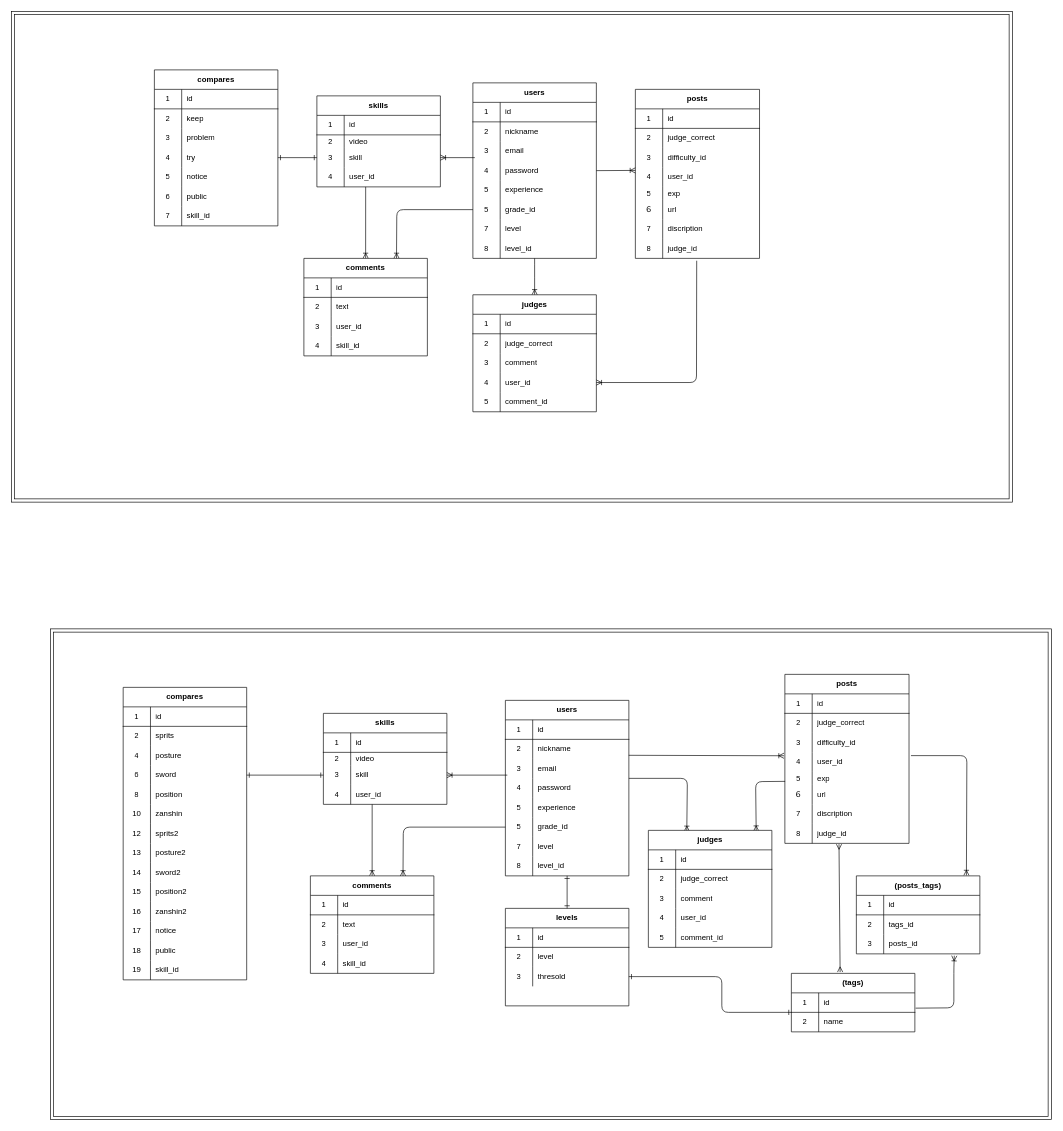
magatamaamagata/kendo_ippon keeps this draw.io diagram as db.dio. Above is the earlier version. Source tidied: cells renumbered, new cells numbered last; positions are measured from the earlier drawing's top-left corner, leaving out a move shared by most shapes. Both pictures are drawn from the tidied source at 65%, with x=0, y=0 at pixel (11, 11).
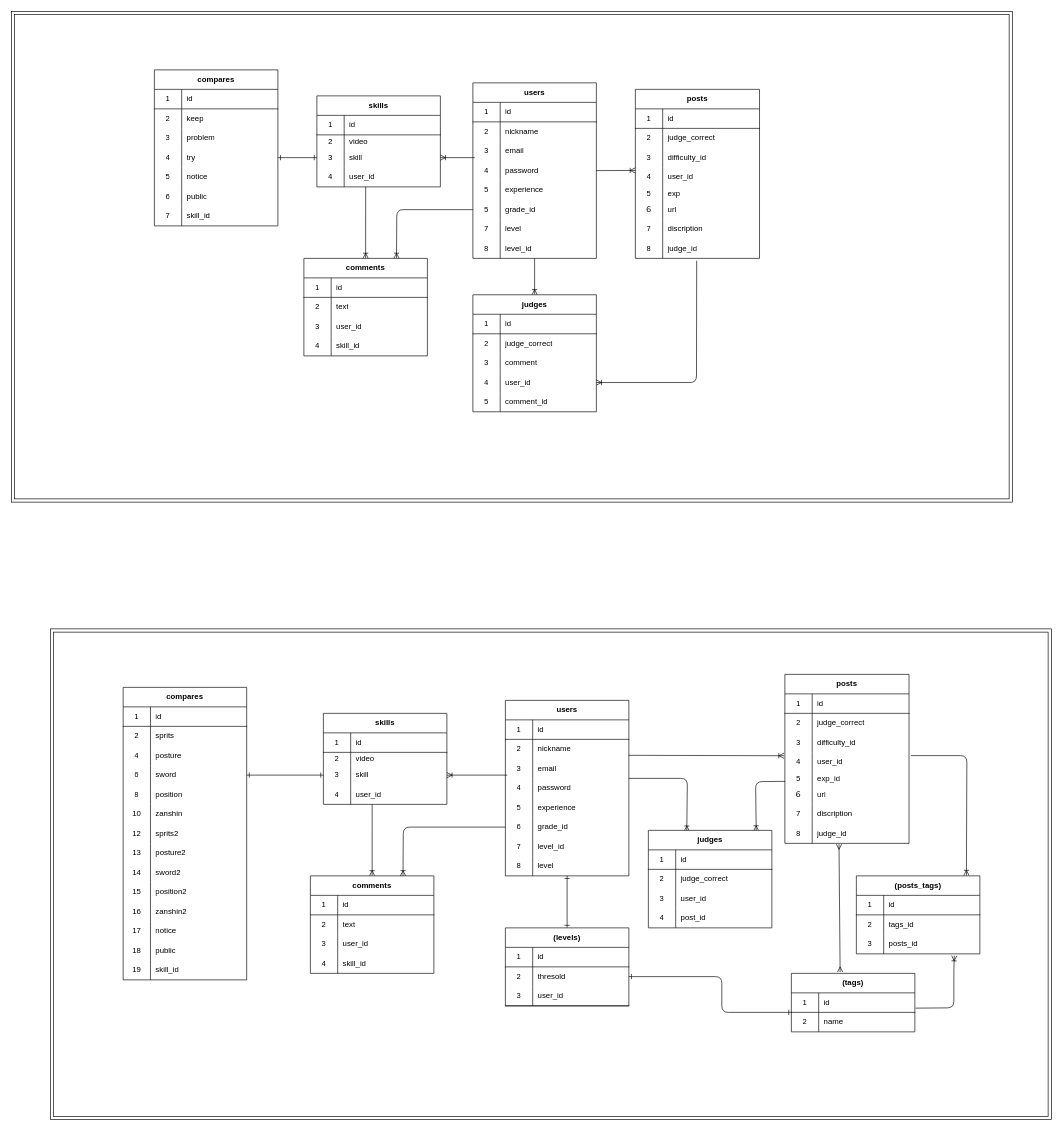
After the change.

The change refers to these unchanged cells:
```xml
<mxCell id="3" value="users" style="shape=table;html=1;whiteSpace=wrap;startSize=30;childLayout=tableLayout;rowLines=0;fontStyle=1;align=center;" parent="1" vertex="1">
  <mxGeometry x="760" y="1060" width="190" height="270" as="geometry" />
</mxCell>
<mxCell id="19" style="shape=partialRectangle;html=1;whiteSpace=wrap;fillColor=none;top=0;left=0;bottom=0;right=0;points=[[0,0.5],[1,0.5]];portConstraint=eastwest;" parent="3" vertex="1">
  <mxGeometry y="180" width="190" height="30" as="geometry" />
</mxCell>
<mxCell id="66" style="shape=partialRectangle;html=1;whiteSpace=wrap;fillColor=none;top=0;left=0;bottom=0;right=0;points=[[0,0.5],[1,0.5]];portConstraint=eastwest;" parent="53" vertex="1">
  <mxGeometry y="150" width="191" height="20" as="geometry" />
</mxCell>
```

Change to the diagram source:
```diff
@@
-    <mxCell id="20" value="5" style="shape=partialRectangle;html=1;whiteSpace=wrap;fillColor=none;top=0;left=0;bottom=0;right=0;overflow=hidden;" parent="19" vertex="1">
+    <mxCell id="20" value="6" style="shape=partialRectangle;html=1;whiteSpace=wrap;fillColor=none;top=0;left=0;bottom=0;right=0;overflow=hidden;" parent="19" vertex="1">
       <mxGeometry width="42" height="30" as="geometry" />
     </mxCell>
@@
-    <mxCell id="22" style="shape=partialRectangle;html=1;whiteSpace=wrap;fillColor=none;top=0;left=0;bottom=0;right=0;" parent="3" vertex="1">
-      <mxGeometry y="210" width="190" height="30" as="geometry" />
-    </mxCell>
-    <mxCell id="23" value="7" style="shape=partialRectangle;html=1;whiteSpace=wrap;fillColor=none;top=0;left=0;bottom=0;right=0;overflow=hidden;" parent="22" vertex="1">
-      <mxGeometry width="42" height="30" as="geometry" />
-    </mxCell>
-    <mxCell id="24" value="level" style="shape=partialRectangle;html=1;whiteSpace=wrap;fillColor=none;top=0;left=0;bottom=0;right=0;align=left;spacingLeft=6;overflow=hidden;" parent="22" vertex="1">
-      <mxGeometry x="42" width="148" height="30" as="geometry" />
-    </mxCell>
     <mxCell id="25" style="shape=partialRectangle;html=1;whiteSpace=wrap;fillColor=none;top=0;left=0;bottom=0;right=0;points=[[0,0.5],[1,0.5]];portConstraint=eastwest;" parent="3" vertex="1">
-      <mxGeometry y="240" width="190" height="30" as="geometry" />
+      <mxGeometry y="210" width="190" height="30" as="geometry" />
     </mxCell>
-    <mxCell id="26" value="8" style="shape=partialRectangle;html=1;whiteSpace=wrap;fillColor=none;top=0;left=0;bottom=0;right=0;overflow=hidden;" parent="25" vertex="1">
+    <mxCell id="26" value="7" style="shape=partialRectangle;html=1;whiteSpace=wrap;fillColor=none;top=0;left=0;bottom=0;right=0;overflow=hidden;" parent="25" vertex="1">
       <mxGeometry width="42" height="30" as="geometry" />
     </mxCell>
@@
+    <mxCell id="299" style="shape=partialRectangle;html=1;whiteSpace=wrap;fillColor=none;top=0;left=0;bottom=0;right=0;" parent="3" vertex="1">
+      <mxGeometry y="240" width="190" height="30" as="geometry" />
+    </mxCell>
+    <mxCell id="300" value="8" style="shape=partialRectangle;html=1;whiteSpace=wrap;fillColor=none;top=0;left=0;bottom=0;right=0;overflow=hidden;" parent="299" vertex="1">
+      <mxGeometry width="42" height="30" as="geometry" />
+    </mxCell>
+    <mxCell id="301" value="level" style="shape=partialRectangle;html=1;whiteSpace=wrap;fillColor=none;top=0;left=0;bottom=0;right=0;align=left;spacingLeft=6;overflow=hidden;" parent="299" vertex="1">
+      <mxGeometry x="42" width="148" height="30" as="geometry" />
+    </mxCell>
@@
-    <mxCell id="38" value="levels" style="shape=table;html=1;whiteSpace=wrap;startSize=30;childLayout=tableLayout;rowLines=0;fontStyle=1;align=center;" parent="1" vertex="1">
-      <mxGeometry x="760" y="1380" width="190" height="150" as="geometry" />
-    </mxCell>
-    <mxCell id="39" style="shape=partialRectangle;html=1;whiteSpace=wrap;fillColor=none;top=0;left=0;bottom=1;right=0;" parent="38" vertex="1">
-      <mxGeometry y="30" width="190" height="30" as="geometry" />
-    </mxCell>
-    <mxCell id="40" value="1" style="shape=partialRectangle;html=1;whiteSpace=wrap;fillColor=none;top=0;left=0;bottom=0;right=0;overflow=hidden;" parent="39" vertex="1">
-      <mxGeometry width="42" height="30" as="geometry" />
-    </mxCell>
-    <mxCell id="41" value="id" style="shape=partialRectangle;html=1;whiteSpace=wrap;fillColor=none;top=0;left=0;bottom=0;right=0;align=left;spacingLeft=6;overflow=hidden;" parent="39" vertex="1">
-      <mxGeometry x="42" width="148" height="30" as="geometry" />
-    </mxCell>
-    <mxCell id="42" style="shape=partialRectangle;html=1;whiteSpace=wrap;fillColor=none;top=0;left=0;bottom=0;right=0;" parent="38" vertex="1">
-      <mxGeometry y="60" width="190" height="30" as="geometry" />
-    </mxCell>
-    <mxCell id="43" value="2" style="shape=partialRectangle;html=1;whiteSpace=wrap;fillColor=none;top=0;left=0;bottom=0;right=0;overflow=hidden;" parent="42" vertex="1">
-      <mxGeometry width="42" height="30" as="geometry" />
-    </mxCell>
-    <mxCell id="44" value="level" style="shape=partialRectangle;html=1;whiteSpace=wrap;fillColor=none;top=0;left=0;bottom=0;right=0;align=left;spacingLeft=6;overflow=hidden;" parent="42" vertex="1">
-      <mxGeometry x="42" width="148" height="30" as="geometry" />
-    </mxCell>
-    <mxCell id="45" style="shape=partialRectangle;html=1;whiteSpace=wrap;fillColor=none;top=0;left=0;bottom=0;right=0;points=[[0,0.5],[1,0.5]];portConstraint=eastwest;" parent="38" vertex="1">
-      <mxGeometry y="90" width="190" height="30" as="geometry" />
-    </mxCell>
-    <mxCell id="46" value="3" style="shape=partialRectangle;html=1;whiteSpace=wrap;fillColor=none;top=0;left=0;bottom=0;right=0;overflow=hidden;" parent="45" vertex="1">
-      <mxGeometry width="42" height="30" as="geometry" />
-    </mxCell>
-    <mxCell id="47" value="thresold" style="shape=partialRectangle;html=1;whiteSpace=wrap;fillColor=none;top=0;left=0;bottom=0;right=0;align=left;spacingLeft=6;overflow=hidden;" parent="45" vertex="1">
-      <mxGeometry x="42" width="148" height="30" as="geometry" />
-    </mxCell>
@@
-    <mxCell id="51" style="endArrow=ERone;html=1;endFill=0;startArrow=ERone;startFill=0;" parent="1" edge="1" source="25" target="38">
-      <mxGeometry relative="1" as="geometry" />
+    <mxCell id="51" style="endArrow=ERone;html=1;endFill=0;startArrow=ERone;startFill=0;" parent="1" edge="1" target="38">
+      <mxGeometry relative="1" as="geometry">
+        <mxPoint x="855" y="1330" as="sourcePoint" />
+      </mxGeometry>
     </mxCell>
@@
-    <mxCell id="68" value="exp" style="shape=partialRectangle;html=1;whiteSpace=wrap;fillColor=none;top=0;left=0;bottom=0;right=0;align=left;spacingLeft=6;overflow=hidden;" parent="66" vertex="1">
+    <mxCell id="68" value="exp_id" style="shape=partialRectangle;html=1;whiteSpace=wrap;fillColor=none;top=0;left=0;bottom=0;right=0;align=left;spacingLeft=6;overflow=hidden;" parent="66" vertex="1">
       <mxGeometry x="42" width="149" height="20" as="geometry" />
     </mxCell>
@@
     <mxCell id="78" value="judges" style="shape=table;html=1;whiteSpace=wrap;startSize=30;childLayout=tableLayout;rowLines=0;fontStyle=1;align=center;" parent="1" vertex="1">
-      <mxGeometry x="980" y="1260" width="190" height="180" as="geometry" />
+      <mxGeometry x="980" y="1260" width="190" height="150" as="geometry" />
     </mxCell>
@@
-    <mxCell id="85" style="shape=partialRectangle;html=1;whiteSpace=wrap;fillColor=none;top=0;left=0;bottom=0;right=0;" parent="78" vertex="1">
-      <mxGeometry y="90" width="190" height="30" as="geometry" />
-    </mxCell>
-    <mxCell id="86" value="3" style="shape=partialRectangle;html=1;whiteSpace=wrap;fillColor=none;top=0;left=0;bottom=0;right=0;overflow=hidden;" parent="85" vertex="1">
-      <mxGeometry width="42" height="30" as="geometry" />
-    </mxCell>
-    <mxCell id="87" value="comment" style="shape=partialRectangle;html=1;whiteSpace=wrap;fillColor=none;top=0;left=0;bottom=0;right=0;align=left;spacingLeft=6;overflow=hidden;" parent="85" vertex="1">
-      <mxGeometry x="42" width="148" height="30" as="geometry" />
-    </mxCell>
     <mxCell id="88" style="shape=partialRectangle;html=1;whiteSpace=wrap;fillColor=none;top=0;left=0;bottom=0;right=0;" parent="78" vertex="1">
-      <mxGeometry y="120" width="190" height="30" as="geometry" />
+      <mxGeometry y="90" width="190" height="30" as="geometry" />
     </mxCell>
-    <mxCell id="89" value="4" style="shape=partialRectangle;html=1;whiteSpace=wrap;fillColor=none;top=0;left=0;bottom=0;right=0;overflow=hidden;" parent="88" vertex="1">
+    <mxCell id="89" value="3" style="shape=partialRectangle;html=1;whiteSpace=wrap;fillColor=none;top=0;left=0;bottom=0;right=0;overflow=hidden;" parent="88" vertex="1">
       <mxGeometry width="42" height="30" as="geometry" />
     </mxCell>
@@
     <mxCell id="91" style="shape=partialRectangle;html=1;whiteSpace=wrap;fillColor=none;top=0;left=0;bottom=0;right=0;" parent="78" vertex="1">
-      <mxGeometry y="150" width="190" height="30" as="geometry" />
+      <mxGeometry y="120" width="190" height="30" as="geometry" />
     </mxCell>
-    <mxCell id="92" value="5" style="shape=partialRectangle;html=1;whiteSpace=wrap;fillColor=none;top=0;left=0;bottom=0;right=0;overflow=hidden;" parent="91" vertex="1">
+    <mxCell id="92" value="4" style="shape=partialRectangle;html=1;whiteSpace=wrap;fillColor=none;top=0;left=0;bottom=0;right=0;overflow=hidden;" parent="91" vertex="1">
       <mxGeometry width="42" height="30" as="geometry" />
     </mxCell>
-    <mxCell id="93" value="comment_id" style="shape=partialRectangle;html=1;whiteSpace=wrap;fillColor=none;top=0;left=0;bottom=0;right=0;align=left;spacingLeft=6;overflow=hidden;" parent="91" vertex="1">
+    <mxCell id="93" value="post_id" style="shape=partialRectangle;html=1;whiteSpace=wrap;fillColor=none;top=0;left=0;bottom=0;right=0;align=left;spacingLeft=6;overflow=hidden;" parent="91" vertex="1">
       <mxGeometry x="42" width="148" height="30" as="geometry" />
     </mxCell>
@@
+    <mxCell id="38" value="(levels)" style="shape=table;html=1;whiteSpace=wrap;startSize=30;childLayout=tableLayout;rowLines=0;fontStyle=1;align=center;" parent="1" vertex="1">
+      <mxGeometry x="760" y="1410" width="190" height="120" as="geometry" />
+    </mxCell>
+    <mxCell id="39" style="shape=partialRectangle;html=1;whiteSpace=wrap;fillColor=none;top=0;left=0;bottom=1;right=0;" parent="38" vertex="1">
+      <mxGeometry y="30" width="190" height="30" as="geometry" />
+    </mxCell>
+    <mxCell id="40" value="1" style="shape=partialRectangle;html=1;whiteSpace=wrap;fillColor=none;top=0;left=0;bottom=0;right=0;overflow=hidden;" parent="39" vertex="1">
+      <mxGeometry width="42" height="30" as="geometry" />
+    </mxCell>
+    <mxCell id="41" value="id" style="shape=partialRectangle;html=1;whiteSpace=wrap;fillColor=none;top=0;left=0;bottom=0;right=0;align=left;spacingLeft=6;overflow=hidden;" parent="39" vertex="1">
+      <mxGeometry x="42" width="148" height="30" as="geometry" />
+    </mxCell>
+    <mxCell id="45" style="shape=partialRectangle;html=1;whiteSpace=wrap;fillColor=none;top=0;left=0;bottom=0;right=0;points=[[0,0.5],[1,0.5]];portConstraint=eastwest;" parent="38" vertex="1">
+      <mxGeometry y="60" width="190" height="30" as="geometry" />
+    </mxCell>
+    <mxCell id="46" value="2" style="shape=partialRectangle;html=1;whiteSpace=wrap;fillColor=none;top=0;left=0;bottom=0;right=0;overflow=hidden;" parent="45" vertex="1">
+      <mxGeometry width="42" height="30" as="geometry" />
+    </mxCell>
+    <mxCell id="47" value="thresold" style="shape=partialRectangle;html=1;whiteSpace=wrap;fillColor=none;top=0;left=0;bottom=0;right=0;align=left;spacingLeft=6;overflow=hidden;" parent="45" vertex="1">
+      <mxGeometry x="42" width="148" height="30" as="geometry" />
+    </mxCell>
+    <mxCell id="302" style="shape=partialRectangle;html=1;whiteSpace=wrap;fillColor=none;top=0;left=0;bottom=1;right=0;" parent="38" vertex="1">
+      <mxGeometry y="90" width="190" height="30" as="geometry" />
+    </mxCell>
+    <mxCell id="86" value="3" style="shape=partialRectangle;html=1;whiteSpace=wrap;fillColor=none;top=0;left=0;bottom=0;right=0;overflow=hidden;" parent="302" vertex="1">
+      <mxGeometry width="42" height="30" as="geometry" />
+    </mxCell>
+    <mxCell id="303" value="user_id" style="shape=partialRectangle;html=1;whiteSpace=wrap;fillColor=none;top=0;left=0;bottom=0;right=0;align=left;spacingLeft=6;overflow=hidden;" parent="302" vertex="1">
+      <mxGeometry x="42" width="148" height="30" as="geometry" />
+    </mxCell>
```
